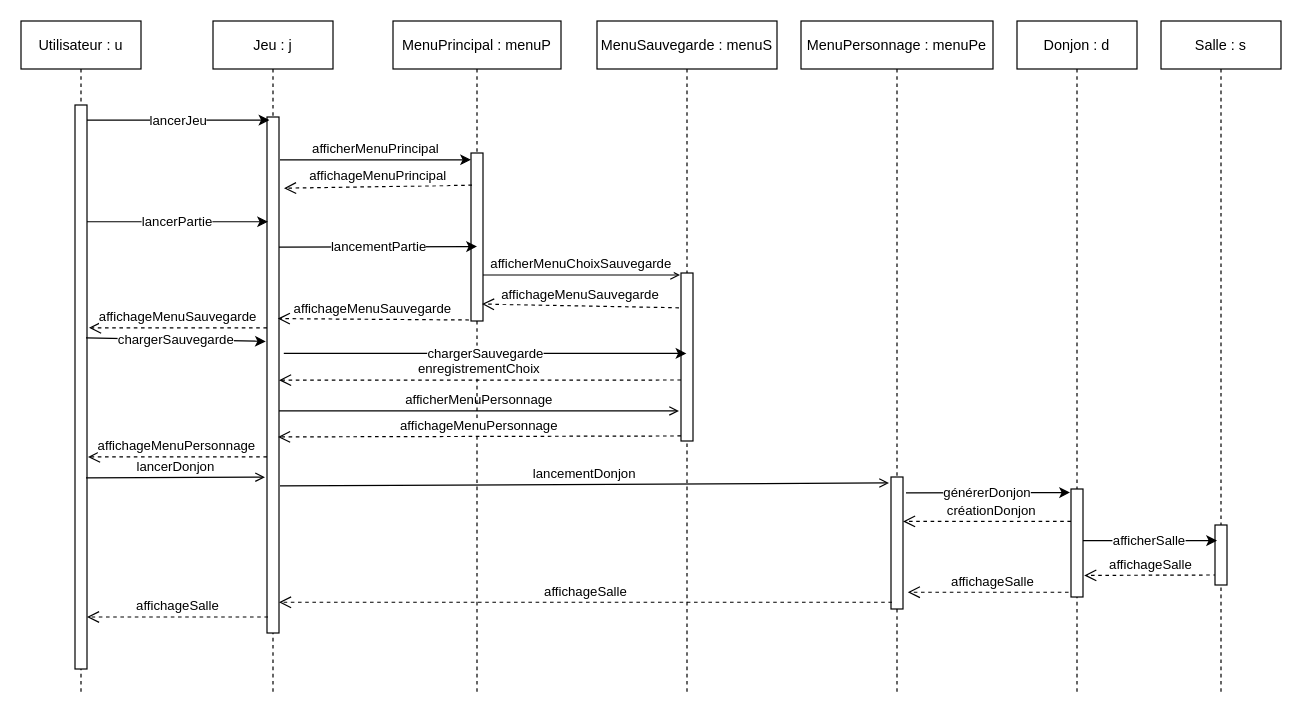
Eoloc/M1MIAGE_ProjetUML keeps this draw.io diagram as Diagrammes/Diagrammes de séquences/Diagramme de sequence - Scenario1.drawio. Above is the earlier version. Source tidied: cells renumbered, new cells numbered last; positions are measured from the earlier drawing's top-left corner, leaving out a move shared by most shapes. Both pictures are drawn from the tidied source at 120%, with x=0, y=0 at pixel (20, 20).
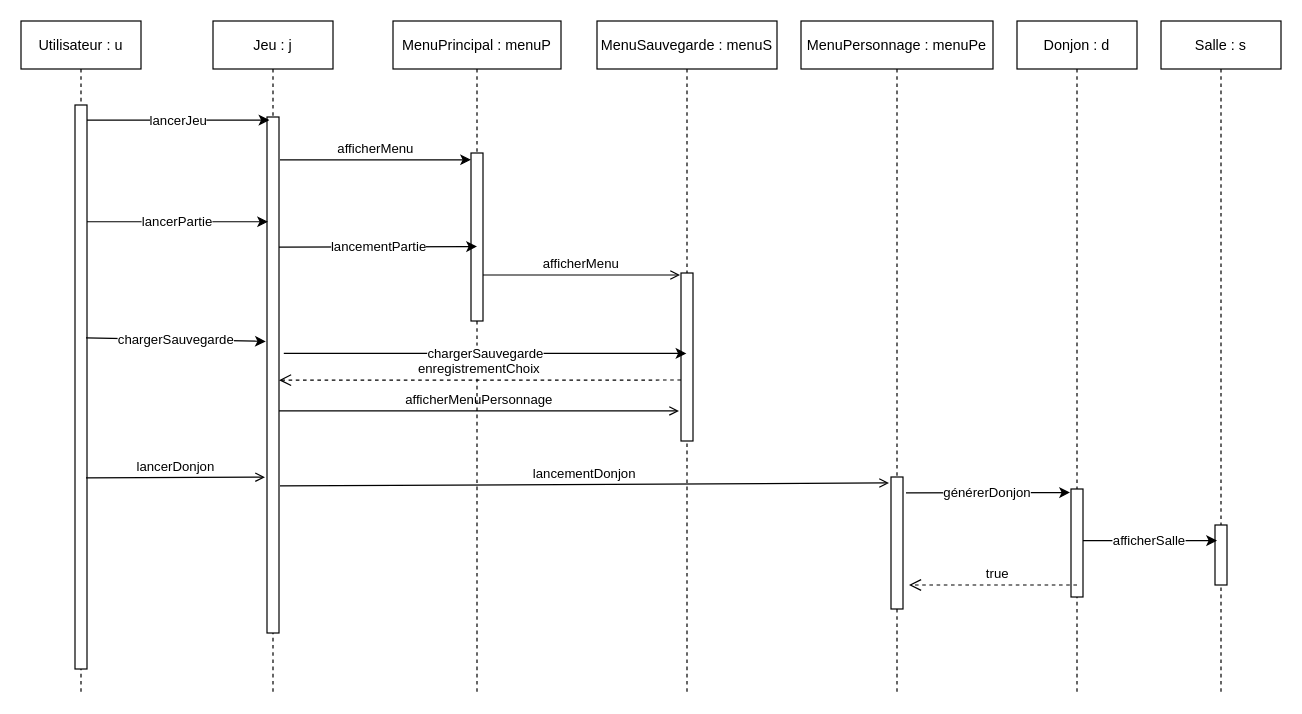
After the change.

Unchanged cells that the change refers to:
```xml
<mxCell id="3" style="points=[];perimeter=orthogonalPerimeter;rounded=0;shadow=0;strokeWidth=1;" parent="2" vertex="1">
  <mxGeometry x="45" y="80" width="10" height="430" as="geometry" />
</mxCell>
<mxCell id="6" style="points=[];perimeter=orthogonalPerimeter;rounded=0;shadow=0;strokeWidth=1;" parent="5" vertex="1">
  <mxGeometry x="45" y="70" width="10" height="470" as="geometry" />
</mxCell>
<mxCell id="11" style="points=[];perimeter=orthogonalPerimeter;rounded=0;shadow=0;strokeWidth=1;" parent="10" vertex="1">
  <mxGeometry x="65" y="110" width="10" height="140" as="geometry" />
</mxCell>
<mxCell id="13" style="points=[];perimeter=orthogonalPerimeter;rounded=0;shadow=0;strokeWidth=1;" parent="12" vertex="1">
  <mxGeometry x="70" y="210" width="10" height="140" as="geometry" />
</mxCell>
<mxCell id="15" style="points=[];perimeter=orthogonalPerimeter;rounded=0;shadow=0;strokeWidth=1;" parent="14" vertex="1">
  <mxGeometry x="75" y="380" width="10" height="110" as="geometry" />
</mxCell>
<mxCell id="17" style="points=[];perimeter=orthogonalPerimeter;rounded=0;shadow=0;strokeWidth=1;" parent="16" vertex="1">
  <mxGeometry x="45" y="390" width="10" height="90" as="geometry" />
</mxCell>
<mxCell id="22" style="points=[];perimeter=orthogonalPerimeter;rounded=0;shadow=0;strokeWidth=1;" parent="21" vertex="1">
  <mxGeometry x="45" y="420" width="10" height="50" as="geometry" />
</mxCell>
```

What changed in the source:
```diff
@@
-    <mxCell id="4" value="afficherMenuPrincipal" style="verticalAlign=bottom;endArrow=classic;endSize=6;shadow=0;strokeWidth=1;exitX=1.083;exitY=0.083;exitDx=0;exitDy=0;exitPerimeter=0;endFill=1;" parent="1" edge="1" source="3" target="11">
+    <mxCell id="4" value="afficherMenu" style="verticalAlign=bottom;endArrow=classic;endSize=6;shadow=0;strokeWidth=1;exitX=1.083;exitY=0.083;exitDx=0;exitDy=0;exitPerimeter=0;endFill=1;" parent="1" edge="1" source="3" target="11">
       <mxGeometry relative="1" as="geometry" />
     </mxCell>
@@
-    <mxCell id="19" value="afficherMenuChoixSauvegarde" style="verticalAlign=bottom;endArrow=open;endSize=6;shadow=0;strokeWidth=1;entryX=-0.083;entryY=0.012;entryDx=0;entryDy=0;entryPerimeter=0;" parent="1" edge="1" source="11" target="13">
+    <mxCell id="19" value="afficherMenu" style="verticalAlign=bottom;endArrow=open;endSize=6;shadow=0;strokeWidth=1;entryX=-0.083;entryY=0.012;entryDx=0;entryDy=0;entryPerimeter=0;" parent="1" edge="1" source="11" target="13">
       <mxGeometry relative="1" as="geometry" />
     </mxCell>
-    <mxCell id="20" value="affichageSalle" style="verticalAlign=bottom;endArrow=open;dashed=1;endSize=8;shadow=0;strokeWidth=1;exitX=0.167;exitY=0.833;exitDx=0;exitDy=0;exitPerimeter=0;entryX=1.1;entryY=0.8;entryDx=0;entryDy=0;entryPerimeter=0;" parent="1" edge="1" source="22" target="17">
-      <mxGeometry relative="1" as="geometry" />
-    </mxCell>
@@
-    <mxCell id="26" value="affichageMenuPersonnage" style="verticalAlign=bottom;endArrow=open;dashed=1;endSize=8;shadow=0;strokeWidth=1;entryX=0.917;entryY=0.62;entryDx=0;entryDy=0;entryPerimeter=0;exitX=0;exitY=0.97;exitDx=0;exitDy=0;exitPerimeter=0;" parent="1" edge="1" source="13" target="3">
-      <mxGeometry relative="1" as="geometry" />
-    </mxCell>
-    <mxCell id="27" value="affichageSalle" style="verticalAlign=bottom;endArrow=open;dashed=1;endSize=8;shadow=0;strokeWidth=1;exitX=0.083;exitY=0.949;exitDx=0;exitDy=0;exitPerimeter=0;" parent="1" edge="1" source="15" target="3">
-      <mxGeometry relative="1" as="geometry" />
-    </mxCell>
-    <mxCell id="28" value="affichageMenuSauvegarde" style="verticalAlign=bottom;endArrow=open;dashed=1;endSize=8;shadow=0;strokeWidth=1;exitX=-0.167;exitY=0.25;exitDx=0;exitDy=0;exitPerimeter=0;entryX=0.917;entryY=0.899;entryDx=0;entryDy=0;entryPerimeter=0;" parent="1" edge="1" target="11">
-      <mxGeometry relative="1" as="geometry">
-        <mxPoint x="548.3" y="239" as="sourcePoint" />
-      </mxGeometry>
-    </mxCell>
@@
-    <mxCell id="30" value="affichageMenuPrincipal" style="verticalAlign=bottom;endArrow=open;dashed=1;endSize=8;shadow=0;strokeWidth=1;exitX=0.083;exitY=0.611;exitDx=0;exitDy=0;exitPerimeter=0;entryX=1.417;entryY=0.138;entryDx=0;entryDy=0;entryPerimeter=0;" parent="1" edge="1" target="3">
-      <mxGeometry relative="1" as="geometry">
-        <mxPoint x="375.8" y="136.8" as="sourcePoint" />
-      </mxGeometry>
-    </mxCell>
-    <mxCell id="31" value="affichageMenuSauvegarde" style="verticalAlign=bottom;endArrow=open;dashed=1;endSize=8;shadow=0;strokeWidth=1;exitX=-0.167;exitY=0.994;exitDx=0;exitDy=0;exitPerimeter=0;" parent="1" edge="1" source="11">
-      <mxGeometry relative="1" as="geometry">
-        <mxPoint x="214" y="248" as="targetPoint" />
-      </mxGeometry>
-    </mxCell>
@@
-    <mxCell id="34" value="affichageMenuSauvegarde" style="verticalAlign=bottom;endArrow=open;dashed=1;endSize=8;shadow=0;strokeWidth=1;entryX=1.167;entryY=0.395;entryDx=0;entryDy=0;entryPerimeter=0;" parent="1" edge="1" source="3" target="6">
-      <mxGeometry relative="1" as="geometry" />
-    </mxCell>
-    <mxCell id="35" value="affichageMenuPersonnage" style="verticalAlign=bottom;endArrow=open;dashed=1;endSize=8;shadow=0;strokeWidth=1;entryX=1.083;entryY=0.624;entryDx=0;entryDy=0;entryPerimeter=0;" parent="1" edge="1" source="3" target="6">
-      <mxGeometry relative="1" as="geometry" />
-    </mxCell>
@@
-    <mxCell id="37" value="affichageSalle" style="verticalAlign=bottom;endArrow=open;dashed=1;endSize=8;shadow=0;strokeWidth=1;exitX=0.083;exitY=0.969;exitDx=0;exitDy=0;exitPerimeter=0;" parent="1" edge="1" source="3" target="6">
-      <mxGeometry relative="1" as="geometry" />
-    </mxCell>
-    <mxCell id="38" value="créationDonjon" style="verticalAlign=bottom;endArrow=open;dashed=1;endSize=8;shadow=0;strokeWidth=1;exitX=0;exitY=0.3;exitDx=0;exitDy=0;exitPerimeter=0;" parent="1" edge="1">
+    <mxCell id="38" value="true" style="verticalAlign=bottom;endArrow=open;dashed=1;endSize=8;shadow=0;strokeWidth=1;exitX=0;exitY=0.3;exitDx=0;exitDy=0;exitPerimeter=0;" parent="1" edge="1">
       <mxGeometry x="-0.06" relative="1" as="geometry">
-        <mxPoint x="875" y="417" as="sourcePoint" />
-        <mxPoint x="735" y="417" as="targetPoint" />
+        <mxPoint x="880" y="470" as="sourcePoint" />
+        <mxPoint x="740" y="470" as="targetPoint" />
       </mxGeometry>
     </mxCell>
-    <mxCell id="39" value="affichageSalle" style="verticalAlign=bottom;endArrow=open;dashed=1;endSize=8;shadow=0;strokeWidth=1;exitX=-0.2;exitY=0.956;exitDx=0;exitDy=0;exitPerimeter=0;entryX=1.4;entryY=0.873;entryDx=0;entryDy=0;entryPerimeter=0;" parent="1" edge="1" source="17" target="15">
-      <mxGeometry x="-0.06" relative="1" as="geometry" />
-    </mxCell>
```
